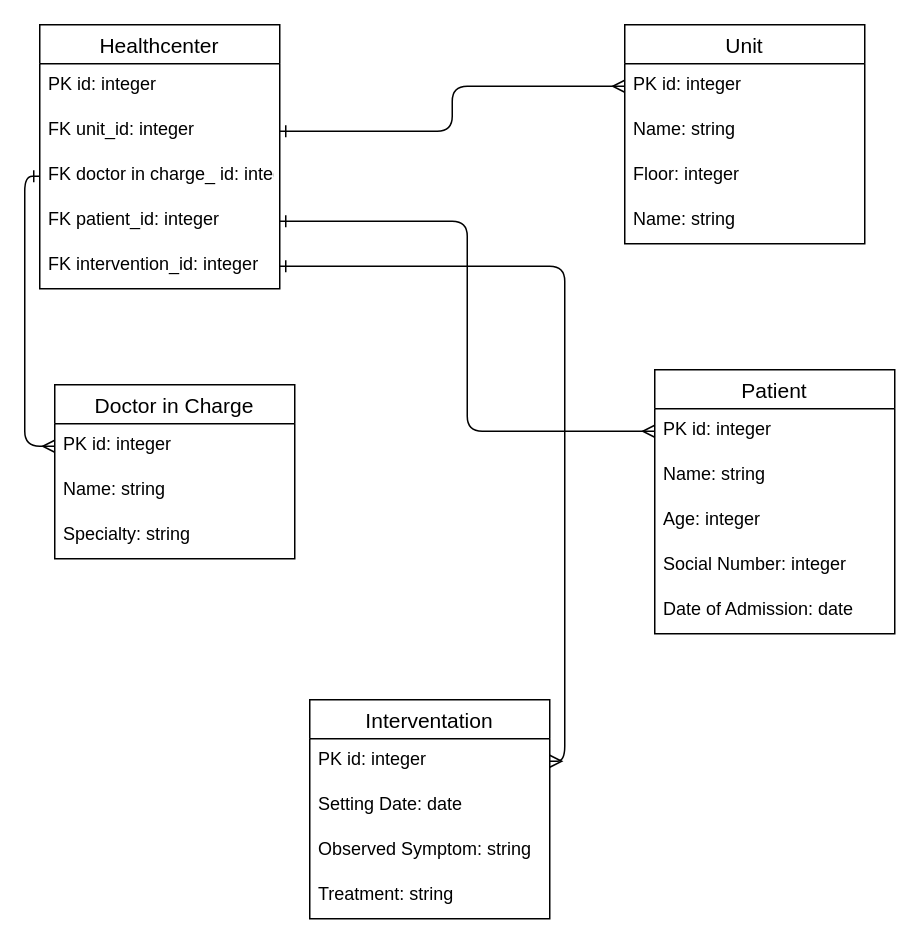
The draw.io diagram page "Page-3" (3 of 3) of healthcenter.drawio in Arnaldo1990/Database-Development-Day-1, before the edit. Source tidied: cells renumbered, new cells numbered last; positions are measured from the earlier drawing's top-left corner, leaving out a move shared by most shapes. Both pictures are drawn from the tidied source at 150%, with x=0, y=0 at pixel (39, 24).
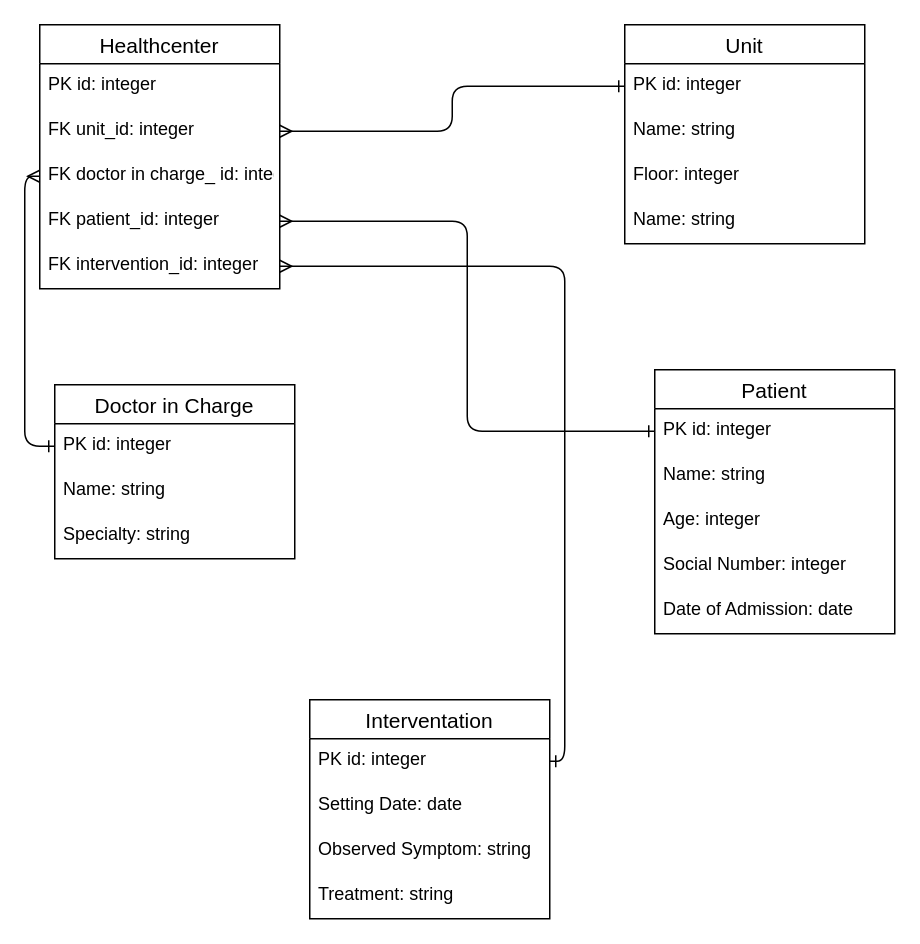
The same page after the edit.

Unchanged cells that the change refers to:
```xml
<mxCell id="4" value="FK unit_id: integer" style="text;strokeColor=none;fillColor=none;spacingLeft=4;spacingRight=4;overflow=hidden;points=[[0,0.5],[1,0.5]];portConstraint=eastwest;fontSize=12;" parent="2" vertex="1">
  <mxGeometry y="56" width="160" height="30" as="geometry" />
</mxCell>
<mxCell id="5" value="FK doctor in charge_ id: integer" style="text;strokeColor=none;fillColor=none;spacingLeft=4;spacingRight=4;overflow=hidden;points=[[0,0.5],[1,0.5]];portConstraint=eastwest;fontSize=12;" parent="2" vertex="1">
  <mxGeometry y="86" width="160" height="30" as="geometry" />
</mxCell>
<mxCell id="6" value="FK patient_id: integer" style="text;strokeColor=none;fillColor=none;spacingLeft=4;spacingRight=4;overflow=hidden;points=[[0,0.5],[1,0.5]];portConstraint=eastwest;fontSize=12;" parent="2" vertex="1">
  <mxGeometry y="116" width="160" height="30" as="geometry" />
</mxCell>
<mxCell id="7" value="FK intervention_id: integer" style="text;strokeColor=none;fillColor=none;spacingLeft=4;spacingRight=4;overflow=hidden;points=[[0,0.5],[1,0.5]];portConstraint=eastwest;fontSize=12;" parent="2" vertex="1">
  <mxGeometry y="146" width="160" height="30" as="geometry" />
</mxCell>
<mxCell id="9" value="PK id: integer" style="text;strokeColor=none;fillColor=none;spacingLeft=4;spacingRight=4;overflow=hidden;points=[[0,0.5],[1,0.5]];portConstraint=eastwest;fontSize=12;" parent="8" vertex="1">
  <mxGeometry y="26" width="160" height="30" as="geometry" />
</mxCell>
<mxCell id="14" value="PK id: integer" style="text;strokeColor=none;fillColor=none;spacingLeft=4;spacingRight=4;overflow=hidden;points=[[0,0.5],[1,0.5]];portConstraint=eastwest;fontSize=12;" parent="13" vertex="1">
  <mxGeometry y="26" width="160" height="30" as="geometry" />
</mxCell>
<mxCell id="18" value="PK id: integer" style="text;strokeColor=none;fillColor=none;spacingLeft=4;spacingRight=4;overflow=hidden;points=[[0,0.5],[1,0.5]];portConstraint=eastwest;fontSize=12;" parent="17" vertex="1">
  <mxGeometry y="26" width="160" height="30" as="geometry" />
</mxCell>
<mxCell id="24" value="PK id: integer" style="text;strokeColor=none;fillColor=none;spacingLeft=4;spacingRight=4;overflow=hidden;points=[[0,0.5],[1,0.5]];portConstraint=eastwest;fontSize=12;" parent="23" vertex="1">
  <mxGeometry y="26" width="160" height="30" as="geometry" />
</mxCell>
```

Diff of the diagram source:
```diff
@@
-    <mxCell id="28" style="edgeStyle=orthogonalEdgeStyle;html=1;exitX=1;exitY=0.5;exitDx=0;exitDy=0;entryX=0;entryY=0.5;entryDx=0;entryDy=0;endArrow=ERmany;endFill=0;startArrow=ERone;startFill=0;" parent="1" edge="1" source="4" target="9">
+    <mxCell id="28" style="edgeStyle=orthogonalEdgeStyle;html=1;exitX=1;exitY=0.5;exitDx=0;exitDy=0;entryX=0;entryY=0.5;entryDx=0;entryDy=0;endArrow=ERone;endFill=0;startArrow=ERmany;startFill=0;" parent="1" edge="1" source="4" target="9">
       <mxGeometry relative="1" as="geometry" />
     </mxCell>
-    <mxCell id="29" style="edgeStyle=orthogonalEdgeStyle;html=1;exitX=0;exitY=0.5;exitDx=0;exitDy=0;entryX=0;entryY=0.5;entryDx=0;entryDy=0;startArrow=ERone;startFill=0;endArrow=ERmany;endFill=0;" parent="1" edge="1" source="5" target="14">
+    <mxCell id="29" style="edgeStyle=orthogonalEdgeStyle;html=1;exitX=0;exitY=0.5;exitDx=0;exitDy=0;entryX=0;entryY=0.5;entryDx=0;entryDy=0;startArrow=ERmany;startFill=0;endArrow=ERone;endFill=0;" parent="1" edge="1" source="5" target="14">
       <mxGeometry relative="1" as="geometry" />
     </mxCell>
-    <mxCell id="30" style="edgeStyle=orthogonalEdgeStyle;html=1;exitX=1;exitY=0.5;exitDx=0;exitDy=0;entryX=0;entryY=0.5;entryDx=0;entryDy=0;startArrow=ERone;startFill=0;endArrow=ERmany;endFill=0;" parent="1" edge="1" source="6" target="18">
+    <mxCell id="30" style="edgeStyle=orthogonalEdgeStyle;html=1;exitX=1;exitY=0.5;exitDx=0;exitDy=0;entryX=0;entryY=0.5;entryDx=0;entryDy=0;startArrow=ERmany;startFill=0;endArrow=ERone;endFill=0;" parent="1" edge="1" source="6" target="18">
       <mxGeometry relative="1" as="geometry" />
     </mxCell>
-    <mxCell id="31" style="edgeStyle=orthogonalEdgeStyle;html=1;exitX=1;exitY=0.5;exitDx=0;exitDy=0;entryX=1;entryY=0.5;entryDx=0;entryDy=0;startArrow=ERone;startFill=0;endArrow=ERmany;endFill=0;" parent="1" edge="1" source="7" target="24">
+    <mxCell id="31" style="edgeStyle=orthogonalEdgeStyle;html=1;exitX=1;exitY=0.5;exitDx=0;exitDy=0;entryX=1;entryY=0.5;entryDx=0;entryDy=0;startArrow=ERmany;startFill=0;endArrow=ERone;endFill=0;" parent="1" edge="1" source="7" target="24">
       <mxGeometry relative="1" as="geometry" />
     </mxCell>
```
